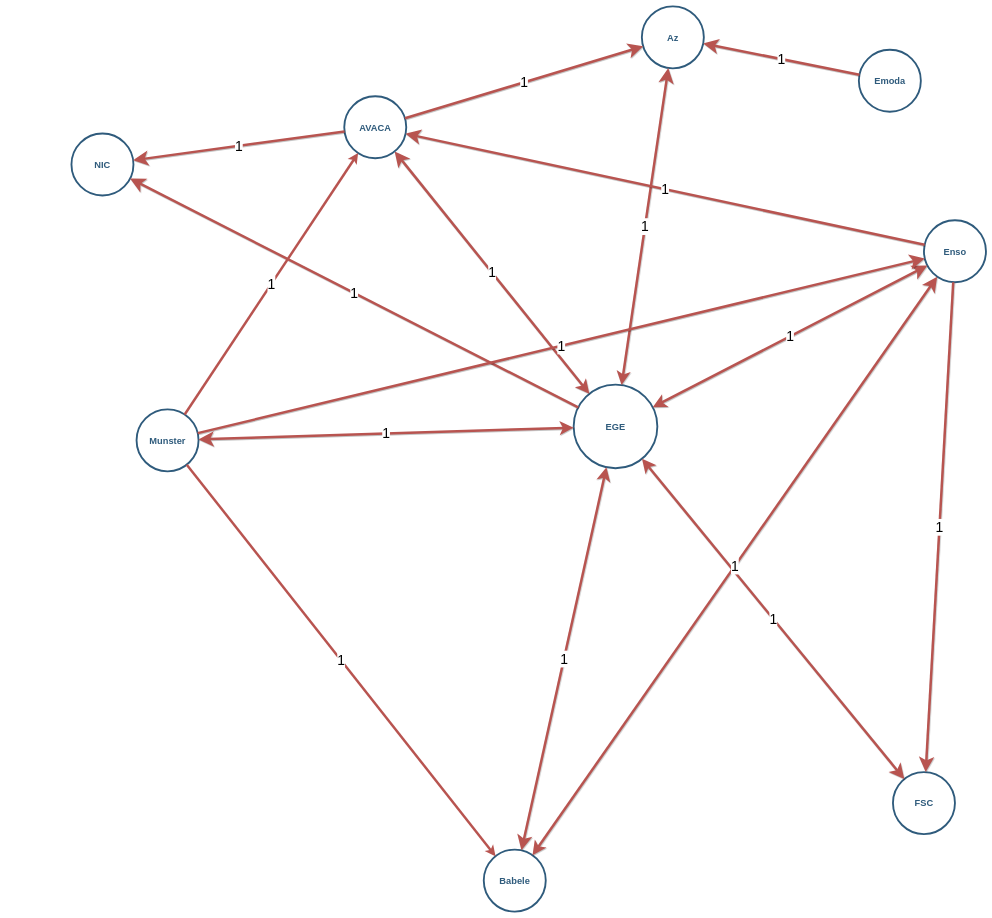
The draw.io diagram Untitled Diagram.drawio in wolfblood135/deneme, before the edit. Source tidied: cells renumbered, new cells numbered last; positions are measured from the earlier drawing's top-left corner, leaving out a move shared by most shapes. Both pictures are drawn from the tidied source at 31%, with x=0, y=0 at pixel (71, 6).
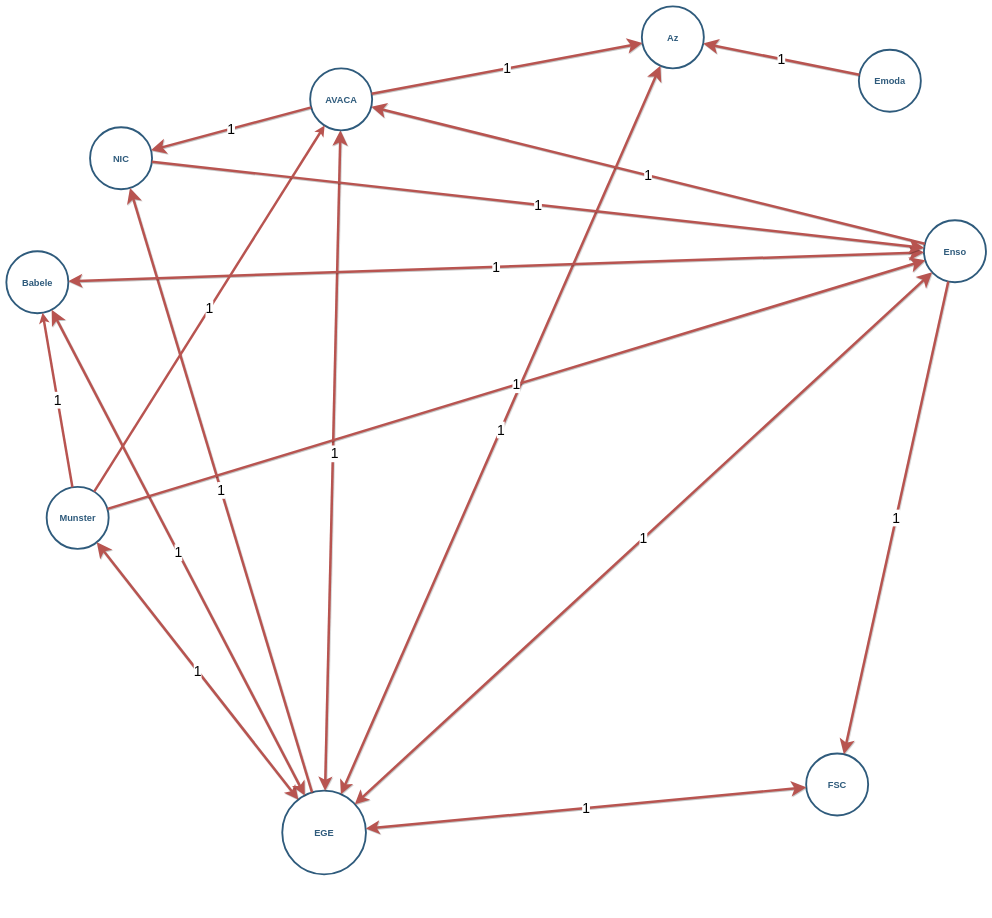
The same page after the edit.

The change refers to these unchanged cells:
```xml
<mxCell id="7" value="Enso" style="ellipse;whiteSpace=wrap;html=1;shadow=0;fontFamily=Helvetica;fontSize=30;fontColor=#2F5B7C;align=center;strokeColor=#2F5B7C;strokeWidth=6;fillColor=#FFFFFF;fontStyle=1;gradientColor=none;" parent="1" vertex="1">
  <mxGeometry x="2750" y="690" width="200" height="200" as="geometry" />
</mxCell>
```

The edit, as a diff of the source:
```diff
@@
     <mxCell id="2" value="EGE" style="ellipse;whiteSpace=wrap;html=1;shadow=0;fontFamily=Helvetica;fontSize=30;fontColor=#2F5B7C;align=center;strokeColor=#2F5B7C;strokeWidth=6;fillColor=#FFFFFF;fontStyle=1;gradientColor=none;rotation=0;" parent="1" vertex="1">
-      <mxGeometry x="1620" y="1220" width="270" height="270" as="geometry" />
+      <mxGeometry x="680" y="2530" width="270" height="270" as="geometry" />
     </mxCell>
     <mxCell id="3" value="&lt;font style=&quot;font-size: 45px;&quot;&gt;1&lt;/font&gt;" style="endArrow=classic;html=1;rounded=0;endSize=24;startSize=20;jumpSize=10;strokeWidth=8;fillColor=#f8cecc;strokeColor=#b85450;startArrow=classic;startFill=1;endFill=1;fontSize=45;jumpStyle=none;shadow=1;" parent="1" edge="1" source="2" target="4">
-      <mxGeometry relative="1" as="geometry" />
+      <mxGeometry x="0.02" y="-6" relative="1" as="geometry" />
     </mxCell>
     <mxCell id="4" value="AVACA" style="ellipse;whiteSpace=wrap;html=1;shadow=0;fontFamily=Helvetica;fontSize=30;fontColor=#2F5B7C;align=center;strokeColor=#2F5B7C;strokeWidth=6;fillColor=#FFFFFF;fontStyle=1;gradientColor=none;" parent="1" vertex="1">
-      <mxGeometry x="880" y="290" width="200" height="200" as="geometry" />
+      <mxGeometry x="770" y="200" width="200" height="200" as="geometry" />
     </mxCell>
@@
     <mxCell id="6" value="Babele" style="ellipse;whiteSpace=wrap;html=1;shadow=0;fontFamily=Helvetica;fontSize=30;fontColor=#2F5B7C;align=center;strokeColor=#2F5B7C;strokeWidth=6;fillColor=#FFFFFF;fontStyle=1;gradientColor=none;" parent="1" vertex="1">
-      <mxGeometry x="1330" y="2720" width="200" height="200" as="geometry" />
+      <mxGeometry x="-210" y="790" width="200" height="200" as="geometry" />
     </mxCell>
@@
     <mxCell id="8" value="FSC" style="ellipse;whiteSpace=wrap;html=1;shadow=0;fontFamily=Helvetica;fontSize=30;fontColor=#2F5B7C;align=center;strokeColor=#2F5B7C;strokeWidth=6;fillColor=#FFFFFF;fontStyle=1;gradientColor=none;" parent="1" vertex="1">
-      <mxGeometry x="2650" y="2470" width="200" height="200" as="geometry" />
+      <mxGeometry x="2370" y="2410" width="200" height="200" as="geometry" />
     </mxCell>
     <mxCell id="9" value="Munster" style="ellipse;whiteSpace=wrap;html=1;shadow=0;fontFamily=Helvetica;fontSize=30;fontColor=#2F5B7C;align=center;strokeColor=#2F5B7C;strokeWidth=6;fillColor=#FFFFFF;fontStyle=1;gradientColor=none;" parent="1" vertex="1">
-      <mxGeometry x="210" y="1300" width="200" height="200" as="geometry" />
+      <mxGeometry x="-80" y="1550" width="200" height="200" as="geometry" />
     </mxCell>
     <mxCell id="10" value="NIC" style="ellipse;whiteSpace=wrap;html=1;shadow=0;fontFamily=Helvetica;fontSize=30;fontColor=#2F5B7C;align=center;strokeColor=#2F5B7C;strokeWidth=6;fillColor=#FFFFFF;fontStyle=1;gradientColor=none;" parent="1" vertex="1">
-      <mxGeometry y="410" width="200" height="200" as="geometry" />
+      <mxGeometry x="60" y="390" width="200" height="200" as="geometry" />
     </mxCell>
@@
+    <mxCell id="27" value="&lt;font style=&quot;font-size: 45px;&quot;&gt;1&lt;/font&gt;" style="endArrow=classic;html=1;rounded=0;endSize=24;startSize=20;jumpSize=10;strokeWidth=8;fillColor=#f8cecc;strokeColor=#b85450;startArrow=none;startFill=0;endFill=1;fontSize=45;jumpStyle=none;shadow=1;" parent="1" edge="1" source="10" target="7">
+      <mxGeometry relative="1" as="geometry" />
+    </mxCell>
```
